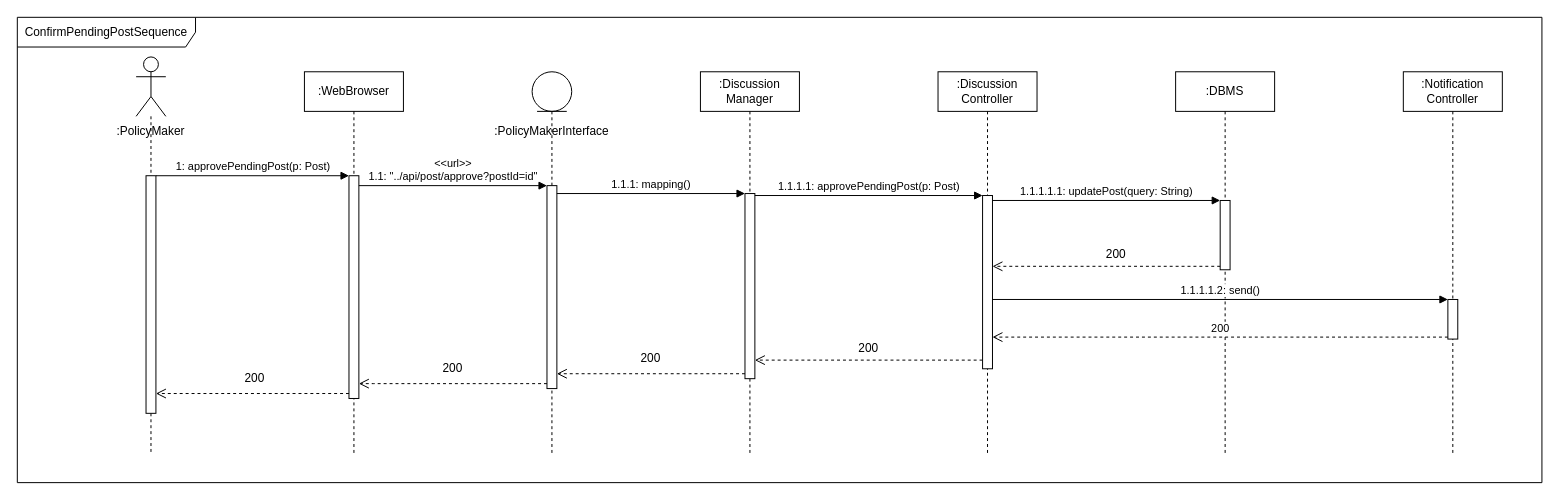
This is page "ConfirmPendingPost" (10 of 18) of DD Diagrams/RunTimeViewDiagram.drawio from matteovisotto/SE2-CecchettoSirianiVisotto, a draw.io file, before an edit. Source tidied: cells renumbered, new cells numbered last; positions are measured from the earlier drawing's top-left corner, leaving out a move shared by most shapes. Both pictures are drawn from the tidied source at 99%, with x=0, y=0 at pixel (17, 17).
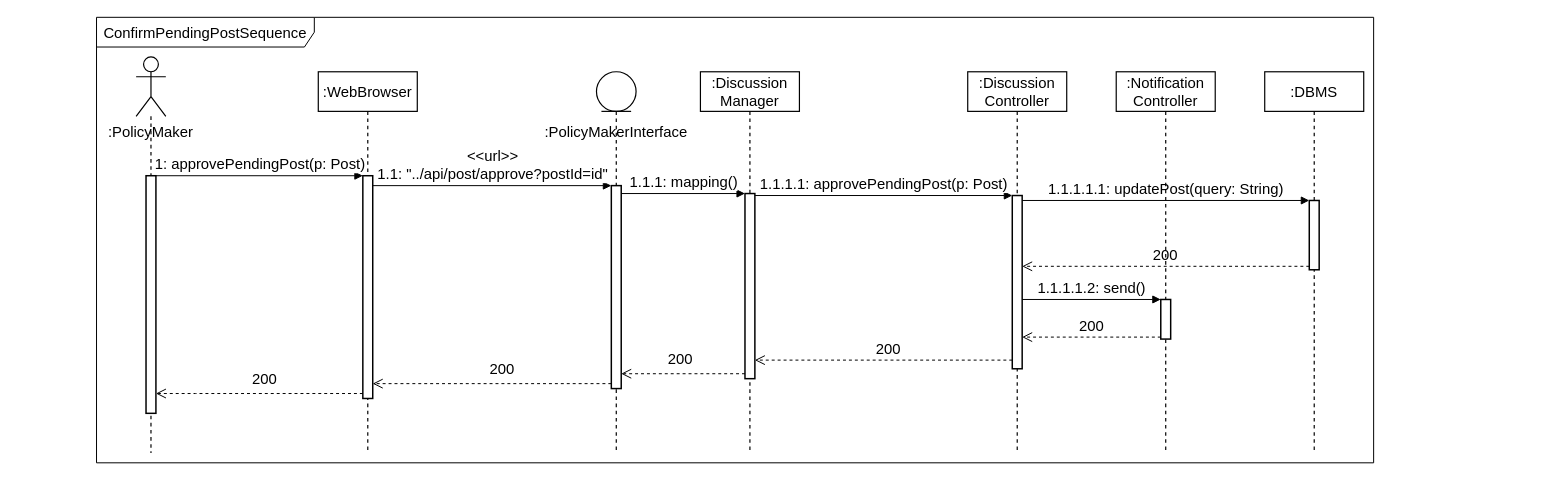
Above is the later version.

What changed in the source:
```diff
@@
-    <mxCell id="2" value="ConfirmPendingPostSequence" style="shape=umlFrame;whiteSpace=wrap;html=1;width=180;height=30;" parent="1" vertex="1">
-      <mxGeometry width="1540" height="470" as="geometry" />
+    <mxCell id="2" value="ConfirmPendingPostSequence" style="shape=umlFrame;whiteSpace=wrap;html=1;width=220;height=30;fontSize=15;" parent="1" vertex="1">
+      <mxGeometry x="80" width="1290" height="450" as="geometry" />
     </mxCell>
-    <mxCell id="3" value=":DBMS" style="shape=umlLifeline;perimeter=lifelinePerimeter;whiteSpace=wrap;html=1;" parent="1" vertex="1">
-      <mxGeometry x="1170" y="55" width="100" height="385" as="geometry" />
+    <mxCell id="3" value=":DBMS" style="shape=umlLifeline;perimeter=lifelinePerimeter;whiteSpace=wrap;html=1;strokeWidth=1.2;fontSize=15;" parent="1" vertex="1">
+      <mxGeometry x="1260" y="55" width="100" height="385" as="geometry" />
     </mxCell>
-    <mxCell id="4" style="html=1;points=[];perimeter=orthogonalPerimeter;" parent="3" vertex="1">
+    <mxCell id="4" style="html=1;points=[];perimeter=orthogonalPerimeter;fontSize=15;strokeWidth=1.5;" parent="3" vertex="1">
       <mxGeometry x="45" y="130" width="10" height="70" as="geometry" />
     </mxCell>
-    <mxCell id="5" value=":Discussion&lt;br&gt;Controller" style="shape=umlLifeline;perimeter=lifelinePerimeter;whiteSpace=wrap;html=1;" parent="1" vertex="1">
-      <mxGeometry x="930" y="55" width="100" height="385" as="geometry" />
+    <mxCell id="5" value=":Discussion&lt;br style=&quot;font-size: 15px;&quot;&gt;Controller" style="shape=umlLifeline;perimeter=lifelinePerimeter;whiteSpace=wrap;html=1;strokeWidth=1.2;fontSize=15;" parent="1" vertex="1">
+      <mxGeometry x="960" y="55" width="100" height="385" as="geometry" />
     </mxCell>
-    <mxCell id="6" style="html=1;points=[];perimeter=orthogonalPerimeter;" parent="5" vertex="1">
+    <mxCell id="6" style="html=1;points=[];perimeter=orthogonalPerimeter;fontSize=15;strokeWidth=1.5;" parent="5" vertex="1">
       <mxGeometry x="45" y="125" width="10" height="175" as="geometry" />
     </mxCell>
-    <mxCell id="7" value=":Discussion&lt;br&gt;Manager" style="shape=umlLifeline;perimeter=lifelinePerimeter;whiteSpace=wrap;html=1;" parent="1" vertex="1">
+    <mxCell id="7" value=":Discussion&lt;br style=&quot;font-size: 15px;&quot;&gt;Manager" style="shape=umlLifeline;perimeter=lifelinePerimeter;whiteSpace=wrap;html=1;strokeWidth=1.2;fontSize=15;" parent="1" vertex="1">
       <mxGeometry x="690" y="55" width="100" height="385" as="geometry" />
     </mxCell>
-    <mxCell id="8" style="html=1;points=[];perimeter=orthogonalPerimeter;" parent="7" vertex="1">
+    <mxCell id="8" style="html=1;points=[];perimeter=orthogonalPerimeter;fontSize=15;strokeWidth=1.5;" parent="7" vertex="1">
       <mxGeometry x="45" y="123" width="10" height="187" as="geometry" />
     </mxCell>
-    <mxCell id="9" style="shape=umlLifeline;participant=umlEntity;perimeter=lifelinePerimeter;whiteSpace=wrap;html=1;verticalAlign=top;spacingTop=36;" parent="1" vertex="1">
-      <mxGeometry x="520" y="55" width="40" height="385" as="geometry" />
+    <mxCell id="9" style="shape=umlLifeline;participant=umlEntity;perimeter=lifelinePerimeter;whiteSpace=wrap;html=1;verticalAlign=top;spacingTop=36;strokeWidth=1.2;fontSize=15;" parent="1" vertex="1">
+      <mxGeometry x="585" y="55" width="40" height="385" as="geometry" />
     </mxCell>
-    <mxCell id="10" style="html=1;points=[];perimeter=orthogonalPerimeter;" parent="9" vertex="1">
+    <mxCell id="10" style="html=1;points=[];perimeter=orthogonalPerimeter;fontSize=15;strokeWidth=1.5;" parent="9" vertex="1">
       <mxGeometry x="15" y="115" width="10" height="205" as="geometry" />
     </mxCell>
-    <mxCell id="11" value=":WebBrowser" style="shape=umlLifeline;perimeter=lifelinePerimeter;whiteSpace=wrap;html=1;" parent="1" vertex="1">
-      <mxGeometry x="290" y="55" width="100" height="385" as="geometry" />
+    <mxCell id="11" value=":WebBrowser" style="shape=umlLifeline;perimeter=lifelinePerimeter;whiteSpace=wrap;html=1;strokeWidth=1.2;fontSize=15;" parent="1" vertex="1">
+      <mxGeometry x="304" y="55" width="100" height="385" as="geometry" />
     </mxCell>
-    <mxCell id="12" style="html=1;points=[];perimeter=orthogonalPerimeter;" parent="11" vertex="1">
+    <mxCell id="12" style="html=1;points=[];perimeter=orthogonalPerimeter;fontSize=15;strokeWidth=1.5;" parent="11" vertex="1">
       <mxGeometry x="45" y="105" width="10" height="225" as="geometry" />
     </mxCell>
-    <mxCell id="13" style="shape=umlLifeline;participant=umlActor;perimeter=lifelinePerimeter;whiteSpace=wrap;html=1;verticalAlign=top;spacingTop=36;fontFamily=Helvetica;fontSize=12;fontColor=rgb(0, 0, 0);align=center;strokeColor=rgb(0, 0, 0);fillColor=rgb(255, 255, 255);size=60;" parent="1" vertex="1">
+    <mxCell id="13" style="shape=umlLifeline;participant=umlActor;perimeter=lifelinePerimeter;whiteSpace=wrap;html=1;verticalAlign=top;spacingTop=36;fontFamily=Helvetica;fontSize=15;fontColor=rgb(0, 0, 0);align=center;strokeColor=rgb(0, 0, 0);fillColor=rgb(255, 255, 255);size=60;strokeWidth=1.2;" parent="1" vertex="1">
       <mxGeometry x="120" y="40" width="30" height="400" as="geometry" />
     </mxCell>
-    <mxCell id="14" style="html=1;points=[];perimeter=orthogonalPerimeter;" parent="13" vertex="1">
+    <mxCell id="14" style="html=1;points=[];perimeter=orthogonalPerimeter;fontSize=15;strokeWidth=1.5;" parent="13" vertex="1">
       <mxGeometry x="10" y="120" width="10" height="240" as="geometry" />
     </mxCell>
-    <mxCell id="15" value=":PolicyMaker" style="text;html=1;strokeColor=none;fillColor=none;align=center;verticalAlign=middle;whiteSpace=wrap;rounded=0;" parent="1" vertex="1">
+    <mxCell id="15" value=":PolicyMaker" style="text;html=1;strokeColor=none;fillColor=none;align=center;verticalAlign=middle;whiteSpace=wrap;rounded=0;fontSize=15;" parent="1" vertex="1">
       <mxGeometry x="90" y="100" width="90" height="30" as="geometry" />
     </mxCell>
-    <mxCell id="16" value=":PolicyMakerInterface" style="text;html=1;strokeColor=none;fillColor=none;align=center;verticalAlign=middle;whiteSpace=wrap;rounded=0;" parent="1" vertex="1">
-      <mxGeometry x="495" y="100" width="90" height="30" as="geometry" />
+    <mxCell id="16" value=":PolicyMakerInterface" style="text;html=1;strokeColor=none;fillColor=none;align=center;verticalAlign=middle;whiteSpace=wrap;rounded=0;fontSize=15;" parent="1" vertex="1">
+      <mxGeometry x="560" y="100" width="90" height="30" as="geometry" />
     </mxCell>
-    <mxCell id="17" value="1: approvePendingPost(p: Post)" style="html=1;verticalAlign=bottom;endArrow=block;entryX=0;entryY=0;rounded=0;" parent="1" edge="1" source="14" target="12">
+    <mxCell id="17" value="1: approvePendingPost(p: Post)" style="html=1;verticalAlign=bottom;endArrow=block;entryX=0;entryY=0;rounded=0;fontSize=15;" parent="1" edge="1" source="14" target="12">
       <mxGeometry relative="1" as="geometry" />
     </mxCell>
-    <mxCell id="18" value="&amp;lt;&amp;lt;url&amp;gt;&amp;gt;&lt;br&gt;1.1: &quot;../api/post/approve?postId=id&quot;" style="html=1;verticalAlign=bottom;endArrow=block;entryX=0;entryY=0;rounded=0;" parent="1" edge="1" source="12" target="10">
+    <mxCell id="18" value="&amp;lt;&amp;lt;url&amp;gt;&amp;gt;&lt;br style=&quot;font-size: 15px;&quot;&gt;1.1: &quot;../api/post/approve?postId=id&quot;" style="html=1;verticalAlign=bottom;endArrow=block;entryX=0;entryY=0;rounded=0;fontSize=15;" parent="1" edge="1" source="12" target="10">
       <mxGeometry relative="1" as="geometry" />
     </mxCell>
-    <mxCell id="19" value="1.1.1: mapping()" style="html=1;verticalAlign=bottom;endArrow=block;entryX=0;entryY=0;rounded=0;" parent="1" edge="1" source="10" target="8">
+    <mxCell id="19" value="1.1.1: mapping()" style="html=1;verticalAlign=bottom;endArrow=block;entryX=0;entryY=0;rounded=0;fontSize=15;" parent="1" edge="1" source="10" target="8">
       <mxGeometry relative="1" as="geometry" />
     </mxCell>
-    <mxCell id="20" value="1.1.1.1: approvePendingPost(p: Post)" style="html=1;verticalAlign=bottom;endArrow=block;entryX=0;entryY=0;rounded=0;" parent="1" edge="1" source="8" target="6">
+    <mxCell id="20" value="1.1.1.1: approvePendingPost(p: Post)" style="html=1;verticalAlign=bottom;endArrow=block;entryX=0;entryY=0;rounded=0;fontSize=15;" parent="1" edge="1" source="8" target="6">
       <mxGeometry relative="1" as="geometry" />
     </mxCell>
-    <mxCell id="21" style="html=1;verticalAlign=bottom;endArrow=open;dashed=1;endSize=8;exitX=0;exitY=0.95;rounded=0;" parent="1" edge="1" source="6" target="8">
+    <mxCell id="21" style="html=1;verticalAlign=bottom;endArrow=open;dashed=1;endSize=8;exitX=0;exitY=0.95;rounded=0;fontSize=15;" parent="1" edge="1" source="6" target="8">
       <mxGeometry relative="1" as="geometry" />
     </mxCell>
-    <mxCell id="22" style="html=1;verticalAlign=bottom;endArrow=open;dashed=1;endSize=8;rounded=0;" parent="1" edge="1" source="8" target="10">
+    <mxCell id="22" style="html=1;verticalAlign=bottom;endArrow=open;dashed=1;endSize=8;rounded=0;fontSize=15;" parent="1" edge="1" source="8" target="10">
       <mxGeometry relative="1" as="geometry">
         <Array as="points">
           <mxPoint x="700" y="360" />
         </Array>
       </mxGeometry>
     </mxCell>
-    <mxCell id="23" style="html=1;verticalAlign=bottom;endArrow=open;dashed=1;endSize=8;rounded=0;" parent="1" edge="1" source="10" target="12">
+    <mxCell id="23" style="html=1;verticalAlign=bottom;endArrow=open;dashed=1;endSize=8;rounded=0;fontSize=15;" parent="1" edge="1" source="10" target="12">
       <mxGeometry relative="1" as="geometry">
         <Array as="points">
           <mxPoint x="360" y="370" />
         </Array>
       </mxGeometry>
     </mxCell>
-    <mxCell id="24" style="html=1;verticalAlign=bottom;endArrow=open;dashed=1;endSize=8;rounded=0;" parent="1" edge="1" source="12" target="14">
+    <mxCell id="24" style="html=1;verticalAlign=bottom;endArrow=open;dashed=1;endSize=8;rounded=0;fontSize=15;" parent="1" edge="1" source="12" target="14">
       <mxGeometry relative="1" as="geometry">
         <Array as="points">
           <mxPoint x="180" y="380" />
         </Array>
       </mxGeometry>
     </mxCell>
-    <mxCell id="25" style="html=1;verticalAlign=bottom;endArrow=open;dashed=1;endSize=8;exitX=0;exitY=0.95;rounded=0;" parent="1" edge="1" source="4" target="6">
+    <mxCell id="25" style="html=1;verticalAlign=bottom;endArrow=open;dashed=1;endSize=8;exitX=0;exitY=0.95;rounded=0;fontSize=15;" parent="1" edge="1" source="4" target="6">
       <mxGeometry relative="1" as="geometry" />
     </mxCell>
-    <mxCell id="26" value="1.1.1.1.1: updatePost(query: String)" style="html=1;verticalAlign=bottom;endArrow=block;entryX=0;entryY=0;rounded=0;" parent="1" edge="1" source="6" target="4">
+    <mxCell id="26" value="1.1.1.1.1: updatePost(query: String)" style="html=1;verticalAlign=bottom;endArrow=block;entryX=0;entryY=0;rounded=0;fontSize=15;" parent="1" edge="1" source="6" target="4">
       <mxGeometry relative="1" as="geometry" />
     </mxCell>
-    <mxCell id="27" value=":Notification&lt;br&gt;Controller" style="shape=umlLifeline;perimeter=lifelinePerimeter;whiteSpace=wrap;html=1;" parent="1" vertex="1">
-      <mxGeometry x="1400" y="55" width="100" height="385" as="geometry" />
+    <mxCell id="27" value=":Notification&lt;br style=&quot;font-size: 15px;&quot;&gt;Controller" style="shape=umlLifeline;perimeter=lifelinePerimeter;whiteSpace=wrap;html=1;strokeWidth=1.2;fontSize=15;" parent="1" vertex="1">
+      <mxGeometry x="1110" y="55" width="100" height="385" as="geometry" />
     </mxCell>
-    <mxCell id="28" style="html=1;points=[];perimeter=orthogonalPerimeter;" parent="27" vertex="1">
+    <mxCell id="28" style="html=1;points=[];perimeter=orthogonalPerimeter;fontSize=15;strokeWidth=1.5;" parent="27" vertex="1">
       <mxGeometry x="45" y="230" width="10" height="40" as="geometry" />
     </mxCell>
+    <mxCell id="35" value="200" style="text;html=1;strokeColor=none;fillColor=none;align=center;verticalAlign=middle;whiteSpace=wrap;rounded=0;fontSize=15;" parent="27" vertex="1">
+      <mxGeometry x="20" y="170" width="60" height="30" as="geometry" />
+    </mxCell>
-    <mxCell id="29" value="1.1.1.1.2: send()" style="html=1;verticalAlign=bottom;endArrow=block;entryX=0;entryY=0;rounded=0;" parent="1" edge="1" source="6" target="28">
+    <mxCell id="29" value="1.1.1.1.2: send()" style="html=1;verticalAlign=bottom;endArrow=block;entryX=0;entryY=0;rounded=0;fontSize=15;" parent="1" edge="1" source="6" target="28">
       <mxGeometry relative="1" as="geometry" />
     </mxCell>
-    <mxCell id="30" value="200" style="html=1;verticalAlign=bottom;endArrow=open;dashed=1;endSize=8;exitX=0;exitY=0.95;rounded=0;" parent="1" edge="1" source="28" target="6">
+    <mxCell id="30" value="200" style="html=1;verticalAlign=bottom;endArrow=open;dashed=1;endSize=8;exitX=0;exitY=0.95;rounded=0;fontSize=15;" parent="1" edge="1" source="28" target="6">
       <mxGeometry relative="1" as="geometry" />
     </mxCell>
-    <mxCell id="31" value="200" style="text;html=1;strokeColor=none;fillColor=none;align=center;verticalAlign=middle;whiteSpace=wrap;rounded=0;" parent="1" vertex="1">
-      <mxGeometry x="830" y="320" width="60" height="30" as="geometry" />
+    <mxCell id="31" value="200" style="text;html=1;strokeColor=none;fillColor=none;align=center;verticalAlign=middle;whiteSpace=wrap;rounded=0;fontSize=15;" parent="1" vertex="1">
+      <mxGeometry x="850" y="320" width="60" height="30" as="geometry" />
     </mxCell>
-    <mxCell id="32" value="200" style="text;html=1;strokeColor=none;fillColor=none;align=center;verticalAlign=middle;whiteSpace=wrap;rounded=0;" parent="1" vertex="1">
-      <mxGeometry x="610" y="330" width="60" height="30" as="geometry" />
+    <mxCell id="32" value="200" style="text;html=1;strokeColor=none;fillColor=none;align=center;verticalAlign=middle;whiteSpace=wrap;rounded=0;fontSize=15;" parent="1" vertex="1">
+      <mxGeometry x="640" y="330" width="60" height="30" as="geometry" />
     </mxCell>
-    <mxCell id="33" value="200" style="text;html=1;strokeColor=none;fillColor=none;align=center;verticalAlign=middle;whiteSpace=wrap;rounded=0;" parent="1" vertex="1">
-      <mxGeometry x="410" y="340" width="60" height="30" as="geometry" />
+    <mxCell id="33" value="200" style="text;html=1;strokeColor=none;fillColor=none;align=center;verticalAlign=middle;whiteSpace=wrap;rounded=0;fontSize=15;" parent="1" vertex="1">
+      <mxGeometry x="460" y="340" width="60" height="30" as="geometry" />
     </mxCell>
-    <mxCell id="34" value="200" style="text;html=1;strokeColor=none;fillColor=none;align=center;verticalAlign=middle;whiteSpace=wrap;rounded=0;" parent="1" vertex="1">
-      <mxGeometry x="210" y="350" width="60" height="30" as="geometry" />
+    <mxCell id="34" value="200" style="text;html=1;strokeColor=none;fillColor=none;align=center;verticalAlign=middle;whiteSpace=wrap;rounded=0;fontSize=15;" parent="1" vertex="1">
+      <mxGeometry x="220" y="350" width="60" height="30" as="geometry" />
     </mxCell>
-    <mxCell id="35" value="200" style="text;html=1;strokeColor=none;fillColor=none;align=center;verticalAlign=middle;whiteSpace=wrap;rounded=0;" parent="1" vertex="1">
-      <mxGeometry x="1080" y="225" width="60" height="30" as="geometry" />
-    </mxCell>
```
